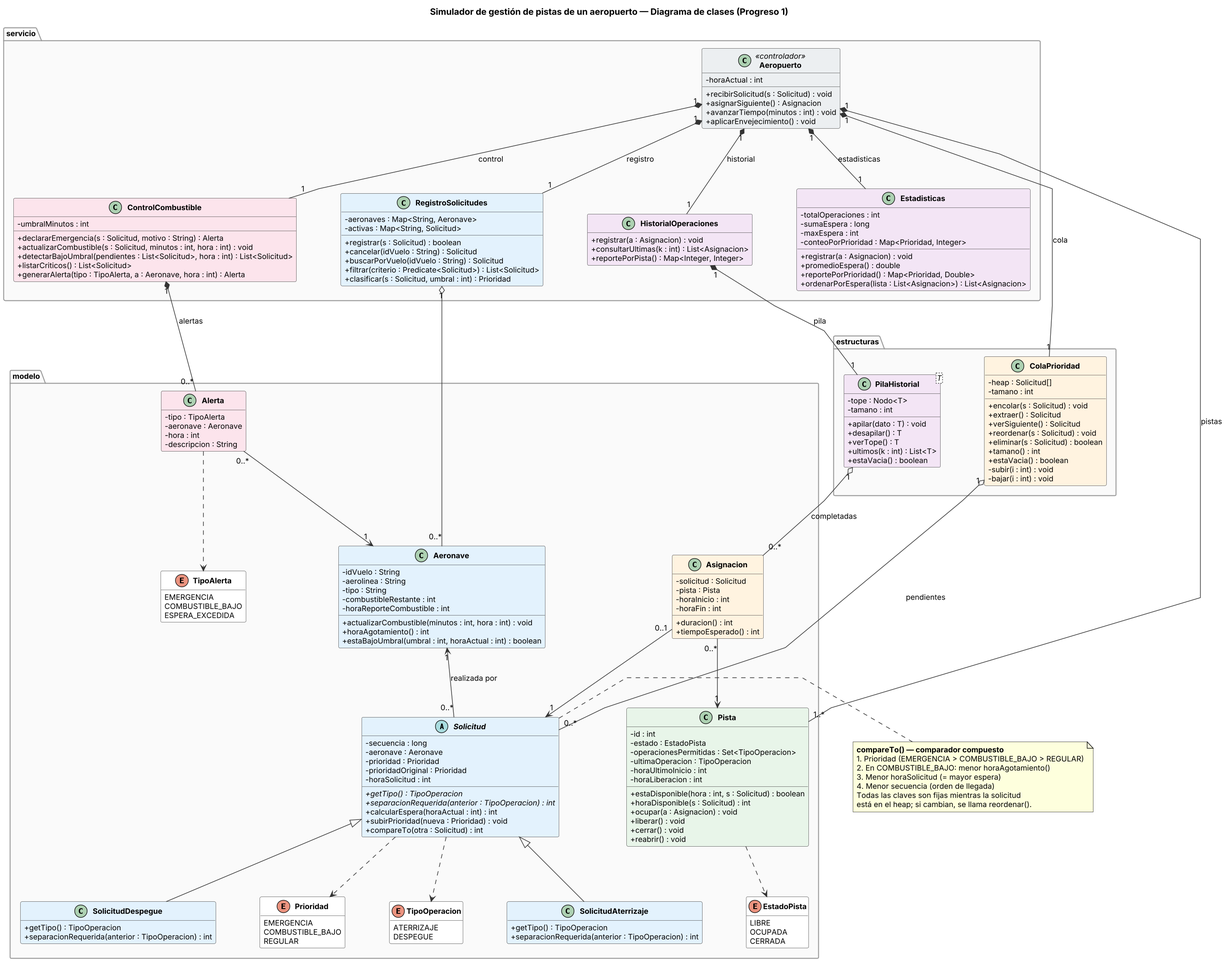
bundo123/simulador-aeropuerto keeps this PlantUML diagram as docs/uml/diagrama-clases.png. Above is the earlier version.
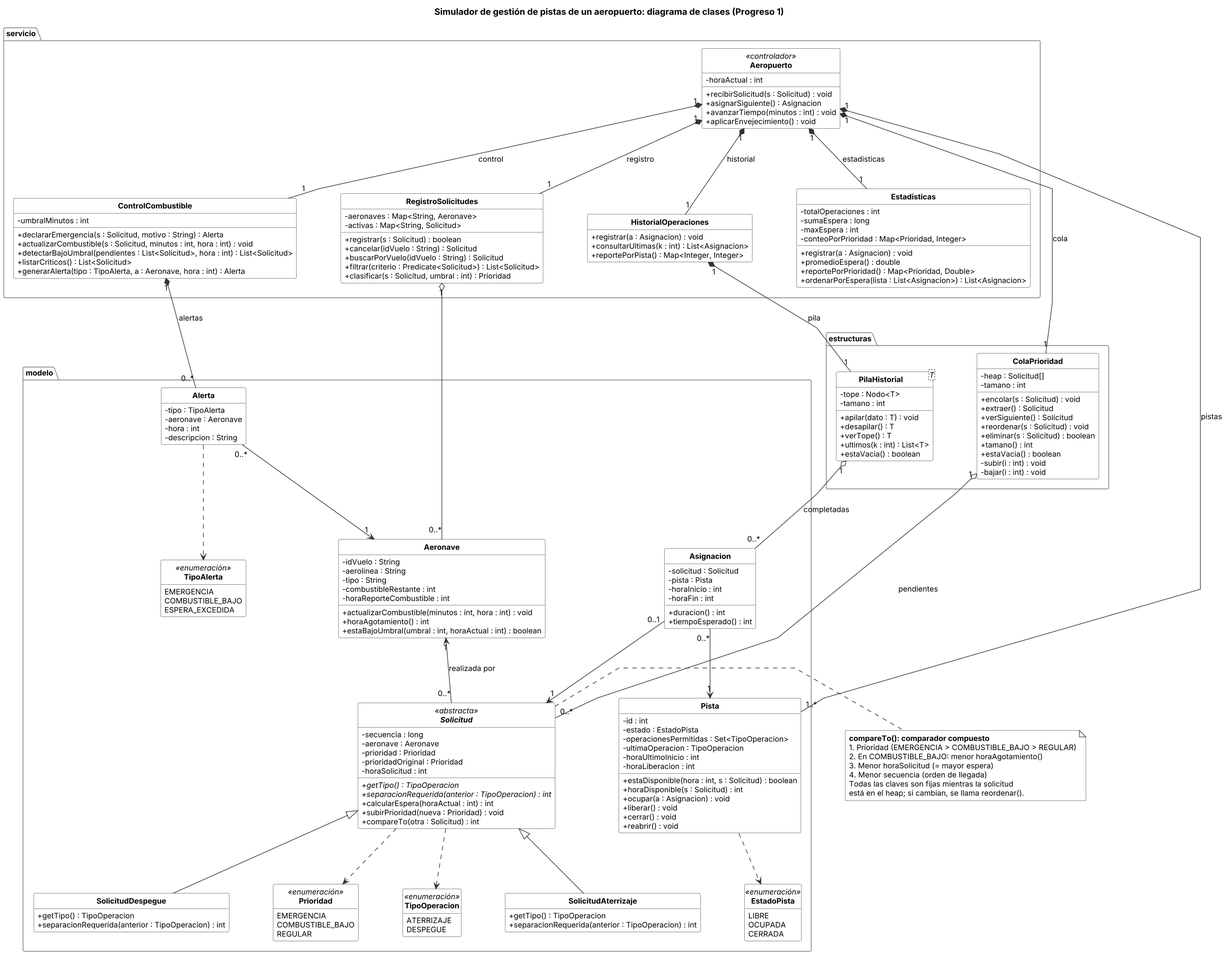
After the commit.

Commit message:
README más claro, UML en blanco y negro e informe con enlace al repositorio

The edit, as a diff of the source:
```diff
@@ -13,17 +13,25 @@
   BackgroundColor #FFFFFF
   BorderColor #444444
 }
+skinparam note {
+  BackgroundColor #FFFFFF
+  BorderColor #444444
+}
+skinparam enum {
+  BackgroundColor #FFFFFF
+}
+hide circle
 skinparam package {
-  BackgroundColor #FAFAFA
+  BackgroundColor #FFFFFF
   BorderColor #999999
   FontStyle bold
 }
 hide empty members
 hide enum methods
-title Simulador de gestión de pistas de un aeropuerto — Diagrama de clases (Progreso 1)
+title Simulador de gestión de pistas de un aeropuerto: diagrama de clases (Progreso 1)
 
 package "modelo" {
-  class Aeronave #E3F2FD {
+  class Aeronave {
     - idVuelo : String
     - aerolinea : String
     - tipo : String
@@ -34,7 +42,7 @@
     + estaBajoUmbral(umbral : int, horaActual : int) : boolean
   }
 
-  abstract class Solicitud #E3F2FD {
+  abstract class Solicitud <<abstracta>> {
     - secuencia : long
     - aeronave : Aeronave
     - prioridad : Prioridad
@@ -47,17 +55,17 @@
     + compareTo(otra : Solicitud) : int
   }
 
-  class SolicitudAterrizaje #E3F2FD {
+  class SolicitudAterrizaje {
     + getTipo() : TipoOperacion
     + separacionRequerida(anterior : TipoOperacion) : int
   }
 
-  class SolicitudDespegue #E3F2FD {
+  class SolicitudDespegue {
     + getTipo() : TipoOperacion
     + separacionRequerida(anterior : TipoOperacion) : int
   }
 
-  class Pista #E8F5E9 {
+  class Pista {
     - id : int
     - estado : EstadoPista
     - operacionesPermitidas : Set<TipoOperacion>
@@ -72,7 +80,7 @@
     + reabrir() : void
   }
 
-  class Asignacion #FFF3E0 {
+  class Asignacion {
     - solicitud : Solicitud
     - pista : Pista
     - horaInicio : int
@@ -81,28 +89,28 @@
     + tiempoEsperado() : int
   }
 
-  class Alerta #FCE4EC {
+  class Alerta {
     - tipo : TipoAlerta
     - aeronave : Aeronave
     - hora : int
     - descripcion : String
   }
 
-  enum Prioridad {
+  enum Prioridad <<enumeración>> {
     EMERGENCIA
     COMBUSTIBLE_BAJO
     REGULAR
   }
-  enum TipoOperacion {
+  enum TipoOperacion <<enumeración>> {
     ATERRIZAJE
     DESPEGUE
   }
-  enum EstadoPista {
+  enum EstadoPista <<enumeración>> {
     LIBRE
     OCUPADA
     CERRADA
   }
-  enum TipoAlerta {
+  enum TipoAlerta <<enumeración>> {
     EMERGENCIA
     COMBUSTIBLE_BAJO
     ESPERA_EXCEDIDA
@@ -110,7 +118,7 @@
 }
 
 package "estructuras" {
-  class ColaPrioridad #FFF3E0 {
+  class ColaPrioridad {
     - heap : Solicitud[]
     - tamano : int
     + encolar(s : Solicitud) : void
@@ -124,7 +132,7 @@
     - bajar(i : int) : void
   }
 
-  class "PilaHistorial<T>" as PilaHistorial #F3E5F5 {
+  class "PilaHistorial<T>" as PilaHistorial {
     - tope : Nodo<T>
     - tamano : int
     + apilar(dato : T) : void
@@ -136,7 +144,7 @@
 }
 
 package "servicio" {
-  class Aeropuerto <<controlador>> #ECEFF1 {
+  class Aeropuerto <<controlador>> {
     - horaActual : int
     + recibirSolicitud(s : Solicitud) : void
     + asignarSiguiente() : Asignacion
@@ -144,7 +152,7 @@
     + aplicarEnvejecimiento() : void
   }
 
-  class RegistroSolicitudes #E3F2FD {
+  class RegistroSolicitudes {
     - aeronaves : Map<String, Aeronave>
     - activas : Map<String, Solicitud>
     + registrar(s : Solicitud) : boolean
@@ -154,7 +162,7 @@
     + clasificar(s : Solicitud, umbral : int) : Prioridad
   }
 
-  class ControlCombustible #FCE4EC {
+  class ControlCombustible {
     - umbralMinutos : int
     + declararEmergencia(s : Solicitud, motivo : String) : Alerta
     + actualizarCombustible(s : Solicitud, minutos : int, hora : int) : void
@@ -163,13 +171,13 @@
     + generarAlerta(tipo : TipoAlerta, a : Aeronave, hora : int) : Alerta
   }
 
-  class HistorialOperaciones #F3E5F5 {
+  class HistorialOperaciones {
     + registrar(a : Asignacion) : void
     + consultarUltimas(k : int) : List<Asignacion>
     + reportePorPista() : Map<Integer, Integer>
   }
 
-  class Estadisticas #F3E5F5 {
+  class Estadisticas {
     - totalOperaciones : int
     - sumaEspera : long
     - maxEspera : int
@@ -208,7 +216,7 @@
 Alerta ..> TipoAlerta
 
 note right of Solicitud
-  <b>compareTo() — comparador compuesto</b>
+  <b>compareTo(): comparador compuesto</b>
   1. Prioridad (EMERGENCIA > COMBUSTIBLE_BAJO > REGULAR)
   2. En COMBUSTIBLE_BAJO: menor horaAgotamiento()
   3. Menor horaSolicitud (= mayor espera)
```
